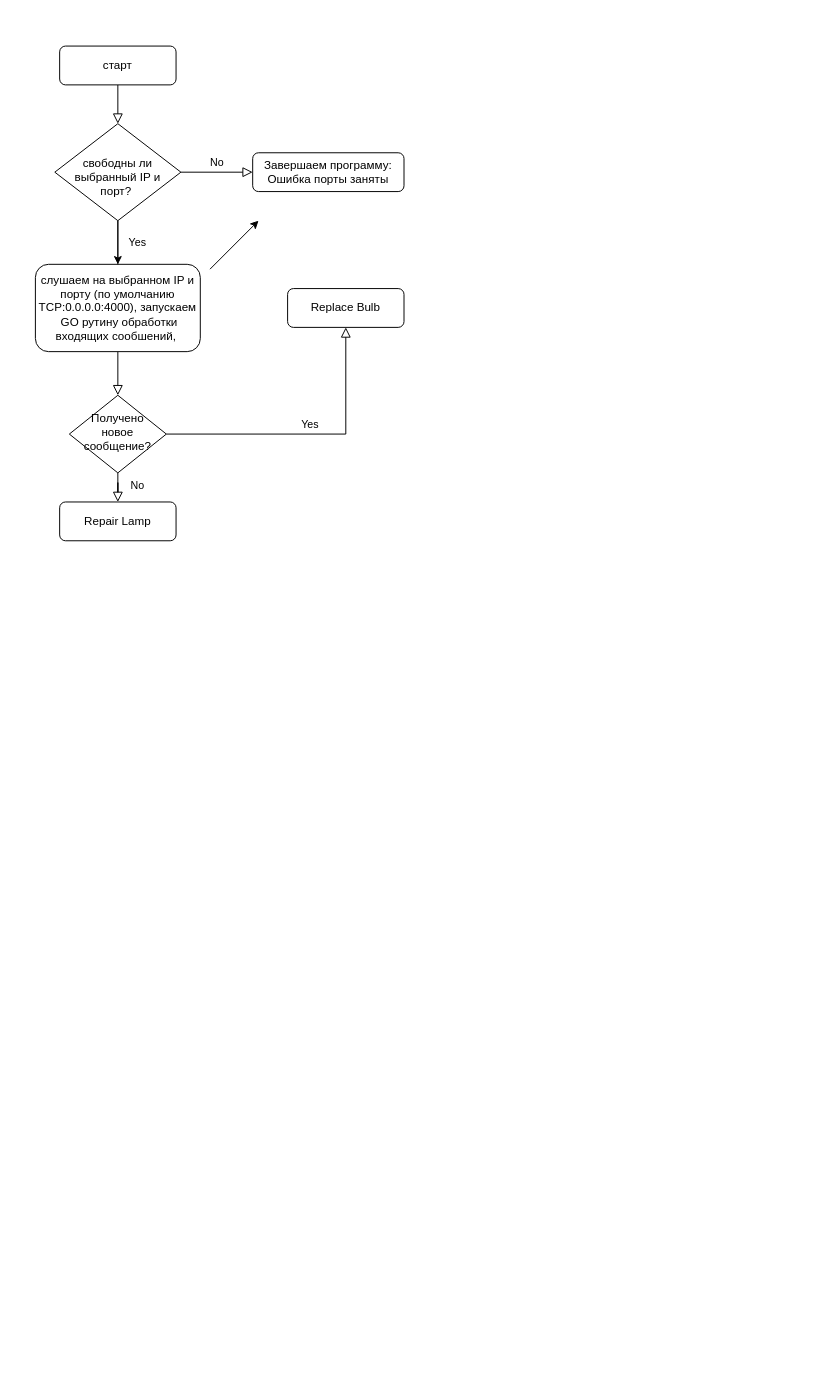
Before: Untitled Diagram.drawio in matveynator/chicha-timekeeper-v1, a draw.io diagram. Source tidied: cells renumbered, new cells numbered last; positions are measured from the earlier drawing's top-left corner, leaving out a move shared by most shapes. Both pictures are drawn from the tidied source at 97%, with x=0, y=0 at pixel (35, 46).
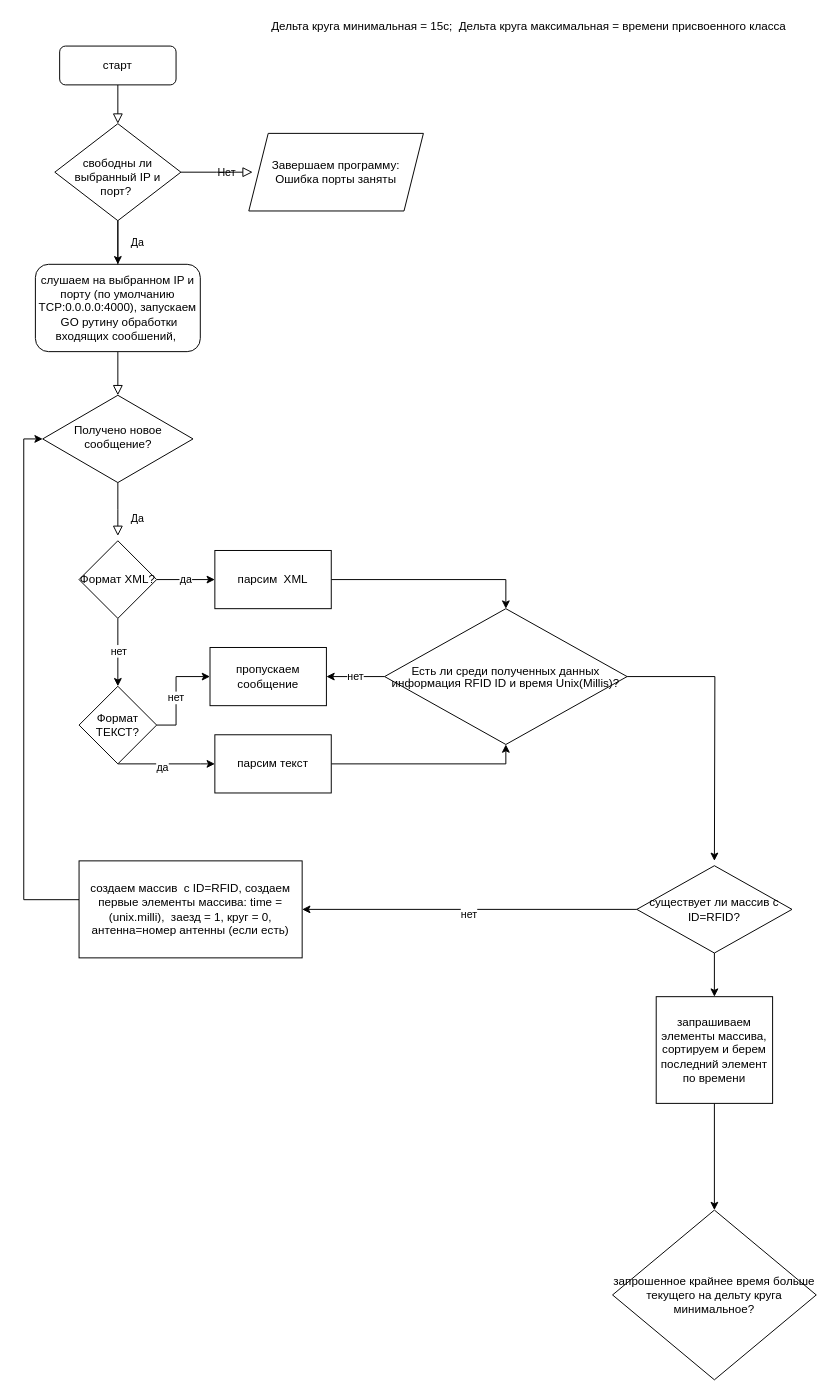
Above is the later version.

Unchanged cells that the change refers to:
```xml
<mxCell id="7" value="&lt;br&gt;свободны ли выбранный IP и порт?&amp;nbsp;" style="rhombus;whiteSpace=wrap;html=1;shadow=0;fontFamily=Helvetica;fontSize=12;align=center;strokeWidth=1;spacing=6;spacingTop=-4;" parent="1" vertex="1">
  <mxGeometry x="20" y="80" width="130" height="100" as="geometry" />
</mxCell>
<mxCell id="15" value="слушаем на выбранном IP и порту (по умолчанию TCP:0.0.0.0:4000), запускаем &amp;nbsp;GO рутину обработки входящих сообшений,&amp;nbsp;" style="rounded=1;whiteSpace=wrap;html=1;" parent="1" vertex="1">
  <mxGeometry y="225" width="170" height="90" as="geometry" />
</mxCell>
```

Diff of the diagram source:
```diff
@@
-    <mxCell id="5" value="No" style="edgeStyle=orthogonalEdgeStyle;rounded=0;html=1;jettySize=auto;fontSize=11;endArrow=block;endFill=0;endSize=8;strokeWidth=1;shadow=0;labelBackgroundColor=none;" parent="1" edge="1" source="7" target="8">
-      <mxGeometry y="10" relative="1" as="geometry" />
+    <mxCell id="5" value="Нет" style="edgeStyle=orthogonalEdgeStyle;rounded=0;html=1;jettySize=auto;fontSize=11;endArrow=block;endFill=0;endSize=8;strokeWidth=1;shadow=0;labelBackgroundColor=none;" parent="1" edge="1" source="7">
+      <mxGeometry y="10" relative="1" as="geometry">
+        <mxPoint x="224" y="130" as="targetPoint" />
+      </mxGeometry>
     </mxCell>
@@
-    <mxCell id="8" value="Завершаем программу: Ошибка порты заняты" style="rounded=1;whiteSpace=wrap;html=1;fontSize=12;glass=0;strokeWidth=1;shadow=0;" parent="1" vertex="1">
-      <mxGeometry x="224" y="110" width="156" height="40" as="geometry" />
-    </mxCell>
-    <mxCell id="9" value="No" style="rounded=0;html=1;jettySize=auto;fontSize=11;endArrow=block;endFill=0;endSize=8;strokeWidth=1;shadow=0;labelBackgroundColor=none;edgeStyle=orthogonalEdgeStyle;" parent="1" edge="1" source="11" target="12">
-      <mxGeometry x="0.33" y="20" relative="1" as="geometry" />
+    <mxCell id="9" value="Да" style="rounded=0;html=1;jettySize=auto;fontSize=11;endArrow=block;endFill=0;endSize=8;strokeWidth=1;shadow=0;labelBackgroundColor=none;edgeStyle=orthogonalEdgeStyle;" parent="1" edge="1" source="11">
+      <mxGeometry x="0.33" y="20" relative="1" as="geometry">
+        <mxPoint x="85" y="505" as="targetPoint" />
+      </mxGeometry>
     </mxCell>
-    <mxCell id="10" value="Yes" style="edgeStyle=orthogonalEdgeStyle;rounded=0;html=1;jettySize=auto;fontSize=11;endArrow=block;endFill=0;endSize=8;strokeWidth=1;shadow=0;labelBackgroundColor=none;" parent="1" edge="1" source="11" target="13">
-      <mxGeometry y="10" relative="1" as="geometry" />
-    </mxCell>
     <mxCell id="11" value="Получено новое сообщение?" style="rhombus;whiteSpace=wrap;html=1;shadow=0;fontFamily=Helvetica;fontSize=12;align=center;strokeWidth=1;spacing=6;spacingTop=-4;" parent="1" vertex="1">
-      <mxGeometry x="35" y="360" width="100" height="80" as="geometry" />
+      <mxGeometry x="7.5" y="360" width="155" height="90" as="geometry" />
     </mxCell>
-    <mxCell id="12" value="Repair Lamp" style="rounded=1;whiteSpace=wrap;html=1;fontSize=12;glass=0;strokeWidth=1;shadow=0;" parent="1" vertex="1">
-      <mxGeometry x="25" y="470" width="120" height="40" as="geometry" />
-    </mxCell>
-    <mxCell id="13" value="Replace Bulb" style="rounded=1;whiteSpace=wrap;html=1;fontSize=12;glass=0;strokeWidth=1;shadow=0;" parent="1" vertex="1">
-      <mxGeometry x="260" y="250" width="120" height="40" as="geometry" />
-    </mxCell>
-    <mxCell id="14" style="endArrow=classic;html=1;" parent="1" edge="1">
-      <mxGeometry relative="1" as="geometry">
-        <mxPoint x="180" y="230" as="sourcePoint" />
-        <mxPoint x="230" y="180" as="targetPoint" />
-      </mxGeometry>
-    </mxCell>
@@
-    <mxCell id="16" value="Yes" style="rounded=0;html=1;jettySize=auto;fontSize=11;endArrow=none;endFill=0;endSize=8;strokeWidth=1;shadow=0;labelBackgroundColor=none;edgeStyle=orthogonalEdgeStyle;" parent="1" edge="1" source="7" target="15">
+    <mxCell id="16" value="Да" style="rounded=0;html=1;jettySize=auto;fontSize=11;endArrow=none;endFill=0;endSize=8;strokeWidth=1;shadow=0;labelBackgroundColor=none;edgeStyle=orthogonalEdgeStyle;" parent="1" edge="1" source="7" target="15">
       <mxGeometry y="20" relative="1" as="geometry" />
     </mxCell>
+    <mxCell id="8" value="&lt;span&gt;Завершаем программу: Ошибка порты заняты&lt;/span&gt;" style="shape=parallelogram;perimeter=parallelogramPerimeter;whiteSpace=wrap;html=1;fixedSize=1;" parent="1" vertex="1">
+      <mxGeometry x="220" y="90" width="180" height="80" as="geometry" />
+    </mxCell>
+    <mxCell id="17" value="да" style="edgeStyle=orthogonalEdgeStyle;rounded=0;jettySize=auto;html=1;" parent="1" edge="1" source="20" target="22">
+      <mxGeometry relative="1" as="geometry" />
+    </mxCell>
+    <mxCell id="18" style="edgeStyle=orthogonalEdgeStyle;rounded=0;jettySize=auto;html=1;" parent="1" edge="1" source="20" target="27">
+      <mxGeometry relative="1" as="geometry" />
+    </mxCell>
+    <mxCell id="19" value="нет" style="edgeLabel;html=1;align=center;verticalAlign=middle;" parent="18" vertex="1">
+      <mxGeometry x="-0.07" relative="1" as="geometry" />
+    </mxCell>
+    <mxCell id="20" value="Формат XML?" style="rhombus;whiteSpace=wrap;html=1;" parent="1" vertex="1">
+      <mxGeometry x="45" y="510" width="80" height="80" as="geometry" />
+    </mxCell>
+    <mxCell id="21" style="edgeStyle=orthogonalEdgeStyle;rounded=0;jettySize=auto;html=1;entryX=0.5;entryY=0;entryDx=0;entryDy=0;" parent="1" edge="1" source="22" target="33">
+      <mxGeometry relative="1" as="geometry">
+        <Array as="points">
+          <mxPoint x="485" y="550" />
+        </Array>
+      </mxGeometry>
+    </mxCell>
+    <mxCell id="22" value="парсим &amp;nbsp;XML" style="whiteSpace=wrap;html=1;" parent="1" vertex="1">
+      <mxGeometry x="185" y="520" width="120" height="60" as="geometry" />
+    </mxCell>
+    <mxCell id="23" style="edgeStyle=orthogonalEdgeStyle;rounded=0;jettySize=auto;html=1;entryX=0;entryY=0.5;entryDx=0;entryDy=0;" parent="1" edge="1" source="27" target="34">
+      <mxGeometry relative="1" as="geometry">
+        <Array as="points">
+          <mxPoint x="145" y="700" />
+          <mxPoint x="145" y="650" />
+        </Array>
+      </mxGeometry>
+    </mxCell>
+    <mxCell id="24" value="нет" style="edgeLabel;html=1;align=center;verticalAlign=middle;" parent="23" vertex="1">
+      <mxGeometry x="-0.29" y="2" relative="1" as="geometry">
+        <mxPoint x="1" y="-12" as="offset" />
+      </mxGeometry>
+    </mxCell>
+    <mxCell id="25" style="edgeStyle=orthogonalEdgeStyle;rounded=0;jettySize=auto;html=1;entryX=0;entryY=0.5;entryDx=0;entryDy=0;" parent="1" edge="1" source="27" target="30">
+      <mxGeometry relative="1" as="geometry">
+        <Array as="points">
+          <mxPoint x="170" y="740" />
+          <mxPoint x="170" y="740" />
+        </Array>
+      </mxGeometry>
+    </mxCell>
+    <mxCell id="26" value="да" style="edgeLabel;html=1;align=center;verticalAlign=middle;" parent="25" vertex="1">
+      <mxGeometry x="-0.1" y="-3" relative="1" as="geometry" />
+    </mxCell>
+    <mxCell id="27" value="Формат ТЕКСТ?" style="rhombus;whiteSpace=wrap;html=1;" parent="1" vertex="1">
+      <mxGeometry x="45" y="660" width="80" height="80" as="geometry" />
+    </mxCell>
+    <mxCell id="28" style="edgeStyle=orthogonalEdgeStyle;rounded=0;orthogonalLoop=1;jettySize=auto;html=1;exitX=0.5;exitY=1;exitDx=0;exitDy=0;" parent="1" edge="1" source="27" target="27">
+      <mxGeometry relative="1" as="geometry" />
+    </mxCell>
+    <mxCell id="29" style="edgeStyle=orthogonalEdgeStyle;rounded=0;jettySize=auto;html=1;entryX=0.5;entryY=1;entryDx=0;entryDy=0;" parent="1" edge="1" source="30" target="33">
+      <mxGeometry relative="1" as="geometry" />
+    </mxCell>
+    <mxCell id="30" value="парсим текст" style="whiteSpace=wrap;html=1;" parent="1" vertex="1">
+      <mxGeometry x="185" y="710" width="120" height="60" as="geometry" />
+    </mxCell>
+    <mxCell id="31" value="нет" style="edgeStyle=orthogonalEdgeStyle;rounded=0;jettySize=auto;html=1;" parent="1" edge="1" source="33" target="34">
+      <mxGeometry relative="1" as="geometry" />
+    </mxCell>
+    <mxCell id="32" style="edgeStyle=orthogonalEdgeStyle;rounded=0;jettySize=auto;html=1;" parent="1" edge="1" source="33">
+      <mxGeometry relative="1" as="geometry">
+        <mxPoint x="700" y="840" as="targetPoint" />
+      </mxGeometry>
+    </mxCell>
+    <mxCell id="33" value="&lt;p style=&quot;line-height: 100%&quot;&gt;Есть ли среди полученных данных информация RFID ID и время Unix(Millis)?&lt;/p&gt;" style="rhombus;whiteSpace=wrap;html=1;perimeterSpacing=0;" parent="1" vertex="1">
+      <mxGeometry x="360" y="580" width="250" height="140" as="geometry" />
+    </mxCell>
+    <mxCell id="34" value="пропускаем сообщение" style="whiteSpace=wrap;html=1;" parent="1" vertex="1">
+      <mxGeometry x="180" y="620" width="120" height="60" as="geometry" />
+    </mxCell>
+    <mxCell id="35" style="edgeStyle=orthogonalEdgeStyle;rounded=0;jettySize=auto;html=1;" parent="1" edge="1" source="38" target="40">
+      <mxGeometry relative="1" as="geometry" />
+    </mxCell>
+    <mxCell id="36" value="нет" style="edgeLabel;html=1;align=center;verticalAlign=middle;" parent="35" vertex="1">
+      <mxGeometry x="0.01" y="4" relative="1" as="geometry" />
+    </mxCell>
+    <mxCell id="37" style="edgeStyle=orthogonalEdgeStyle;rounded=0;jettySize=auto;html=1;" parent="1" edge="1" source="38" target="42">
+      <mxGeometry relative="1" as="geometry" />
+    </mxCell>
+    <mxCell id="38" value="существует ли массив c ID=RFID?" style="rhombus;whiteSpace=wrap;html=1;" parent="1" vertex="1">
+      <mxGeometry x="620" y="845" width="160" height="90" as="geometry" />
+    </mxCell>
+    <mxCell id="39" style="edgeStyle=orthogonalEdgeStyle;rounded=0;jettySize=auto;html=1;entryX=0;entryY=0.5;entryDx=0;entryDy=0;" parent="1" edge="1" source="40" target="11">
+      <mxGeometry relative="1" as="geometry">
+        <Array as="points">
+          <mxPoint x="-12" y="880" />
+          <mxPoint x="-12" y="405" />
+        </Array>
+      </mxGeometry>
+    </mxCell>
+    <mxCell id="40" value="создаем массив &amp;nbsp;с ID=RFID, создаем первые элементы массива: time = (unix.milli), &amp;nbsp;заезд = 1, круг = 0, антенна=номер антенны (если есть)" style="whiteSpace=wrap;html=1;" parent="1" vertex="1">
+      <mxGeometry x="45" y="840" width="230" height="100" as="geometry" />
+    </mxCell>
+    <mxCell id="41" style="edgeStyle=orthogonalEdgeStyle;rounded=0;jettySize=auto;html=1;" parent="1" edge="1" source="42" target="43">
+      <mxGeometry relative="1" as="geometry" />
+    </mxCell>
+    <mxCell id="42" value="запрашиваем элементы массива, сортируем и берем последний элемент по времени" style="whiteSpace=wrap;html=1;" parent="1" vertex="1">
+      <mxGeometry x="640" y="980" width="120" height="110" as="geometry" />
+    </mxCell>
+    <mxCell id="43" value="запрошенное крайнее время больше текущего на дельту круга минимальное?" style="rhombus;whiteSpace=wrap;html=1;" parent="1" vertex="1">
+      <mxGeometry x="595" y="1200" width="210" height="175" as="geometry" />
+    </mxCell>
+    <mxCell id="44" value="Дельта круга минимальная = 15с; &amp;nbsp;Дельта круга максимальная = времени присвоенного класса&amp;nbsp;" style="text;html=1;align=center;verticalAlign=middle;strokeColor=none;" parent="1" vertex="1">
+      <mxGeometry x="230" y="-30" width="560" height="20" as="geometry" />
+    </mxCell>
+    <mxCell id="45" value="&lt;br&gt;" style="text;html=1;align=center;verticalAlign=middle;strokeColor=none;" parent="1" vertex="1">
+      <mxGeometry x="410" y="-10" width="20" height="20" as="geometry" />
+    </mxCell>
```
